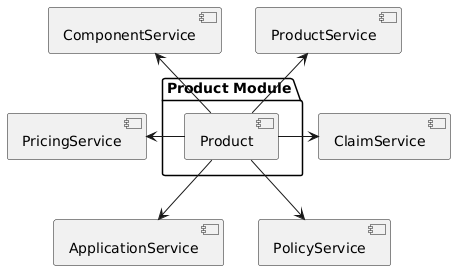
The PlantUML diagram docs/modules/ROOT/images/product-component.png in etherisc/gif-next, before a commit.
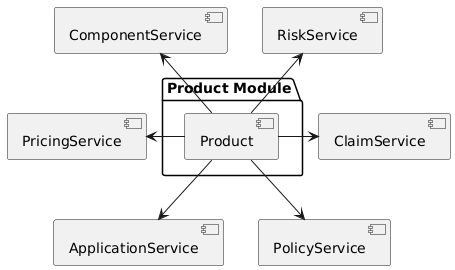
The same diagram one commit later.

Commit message:
fix hh deployment, fix product component diagram

Diff of the diagram source:
```diff
@@ -5,14 +5,14 @@
 
 [PricingService] as pricingS
 [ComponentService] as componentS
-[ProductService] as productS
+[RiskService] as riskS
 [ApplicationService] as applicationS
 [PolicyService] as policyS
 [ClaimService] as claimS
 
 
 componentS <-- product
-productS <-- product
+riskS <-- product
 pricingS <- product
 
 product --> applicationS
```
